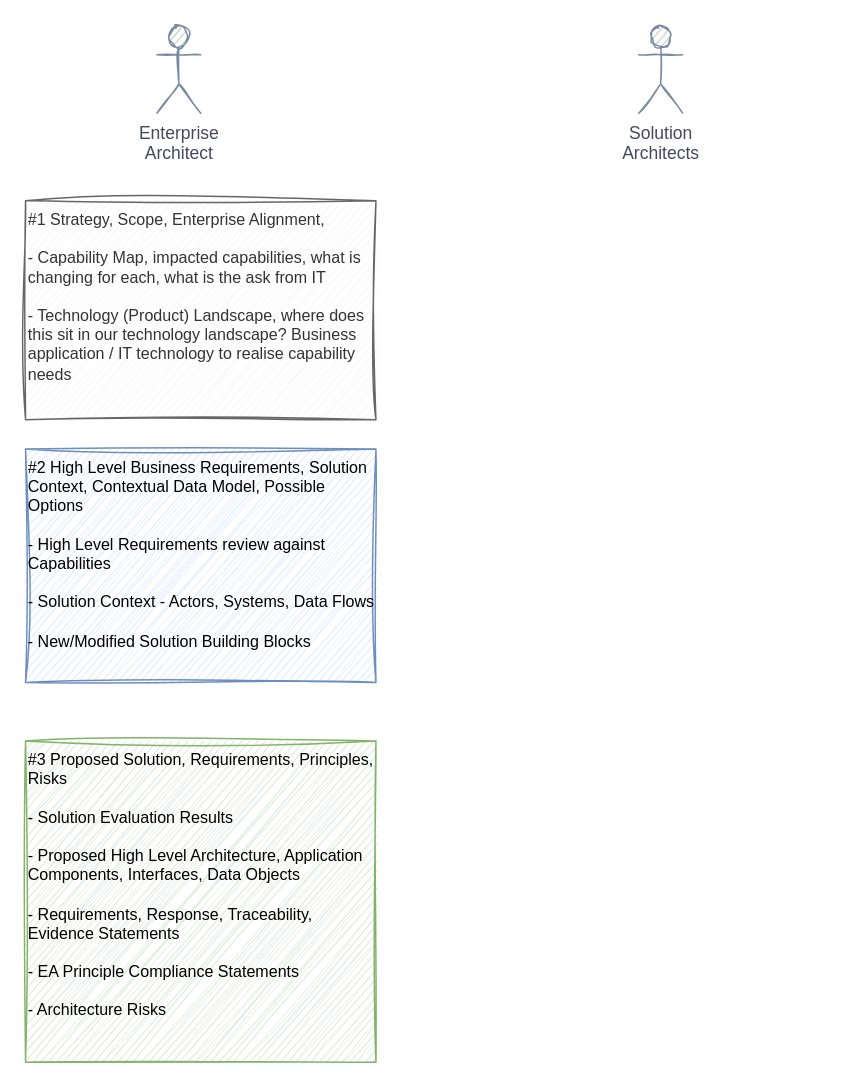
This is page "EA Scenarios" (3 of 3) of TOM Management.drawio from martinlt/reference, a draw.io file, before an edit. Source tidied: cells renumbered, new cells numbered last; positions are measured from the earlier drawing's top-left corner, leaving out a move shared by most shapes. Both pictures are drawn from the tidied source at 146%, with x=0, y=0 at pixel (25, 25).
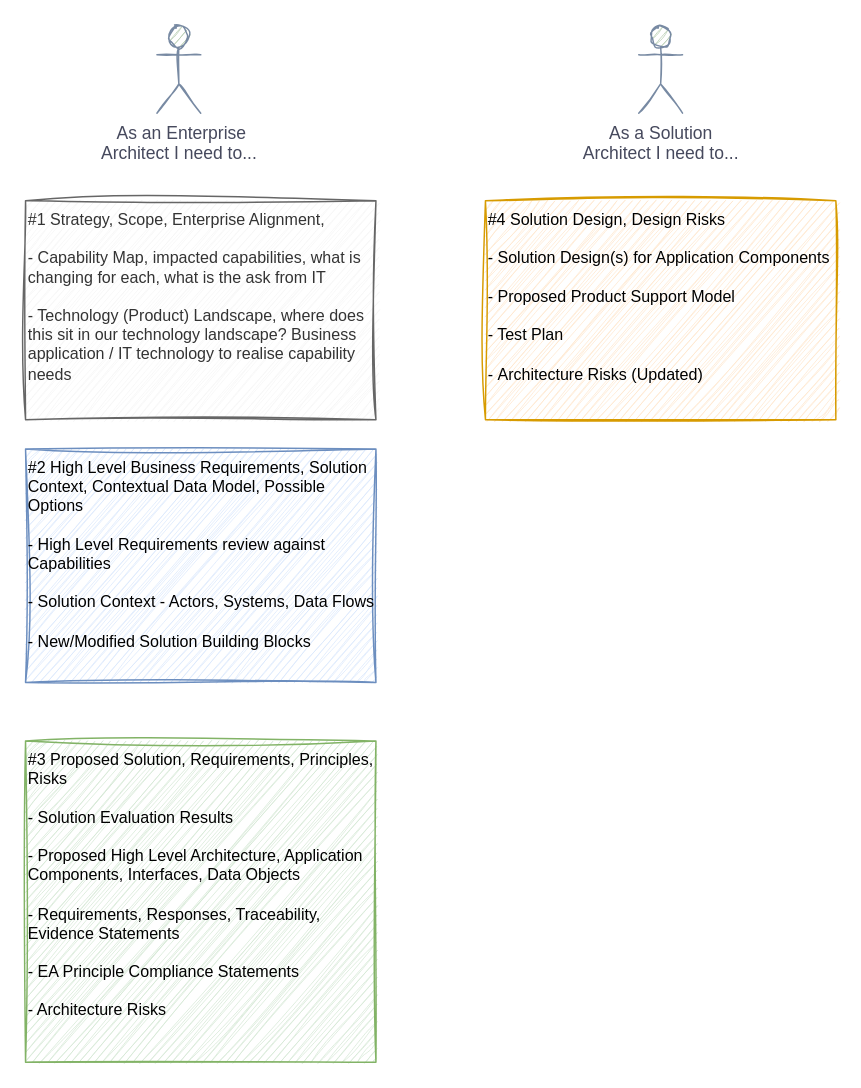
After the change.

What changed in the source:
```diff
@@
 <mxGraphModel>
   <root>
     <mxCell id="0" />
     <mxCell id="1" parent="0" />
     <mxCell id="2" value="#1 Strategy, Scope, Enterprise Alignment,&lt;br style=&quot;font-size: 11px;&quot;&gt;&lt;br style=&quot;font-size: 11px;&quot;&gt;- Capability Map, impacted capabilities, what is changing for each, what is the ask from IT&lt;br style=&quot;font-size: 11px;&quot;&gt;&lt;br style=&quot;font-size: 11px;&quot;&gt;- Technology (Product) Landscape, where does this sit in our technology landscape? Business application / IT technology to realise capability needs&lt;br style=&quot;font-size: 11px;&quot;&gt;" style="text;html=1;strokeColor=#666666;fillColor=#f5f5f5;align=left;verticalAlign=top;whiteSpace=wrap;rounded=0;fontSize=11;fontColor=#333333;sketch=1;curveFitting=1;jiggle=2;" parent="1" vertex="1">
       <mxGeometry y="120" width="240" height="150" as="geometry" />
     </mxCell>
     <mxCell id="3" value="#2 High Level Business Requirements, Solution Context, Contextual Data Model, Possible Options&lt;br style=&quot;font-size: 11px;&quot;&gt;&lt;br style=&quot;font-size: 11px;&quot;&gt;- High Level Requirements review against Capabilities&lt;br style=&quot;font-size: 11px;&quot;&gt;&lt;br style=&quot;font-size: 11px;&quot;&gt;- Solution Context - Actors, Systems, Data Flows&lt;br&gt;&lt;br&gt;- New/Modified Solution Building Blocks" style="text;html=1;strokeColor=#6c8ebf;fillColor=#dae8fc;align=left;verticalAlign=top;whiteSpace=wrap;rounded=0;fontSize=11;sketch=1;curveFitting=1;jiggle=2;" parent="1" vertex="1">
       <mxGeometry y="290" width="240" height="160" as="geometry" />
     </mxCell>
-    <mxCell id="4" value="#3 Proposed Solution, Requirements, Principles, Risks&lt;br style=&quot;font-size: 11px;&quot;&gt;&lt;br&gt;- Solution Evaluation Results&lt;br&gt;&lt;br style=&quot;font-size: 11px;&quot;&gt;- Proposed High Level Architecture, Application Components, Interfaces, Data Objects&lt;br style=&quot;font-size: 11px;&quot;&gt;&lt;br style=&quot;font-size: 11px;&quot;&gt;- Requirements, Response, Traceability, Evidence Statements&lt;br&gt;&lt;br&gt;- EA Principle Compliance Statements&lt;br&gt;&lt;br&gt;- Architecture Risks" style="text;html=1;strokeColor=#82b366;fillColor=#d5e8d4;align=left;verticalAlign=top;whiteSpace=wrap;rounded=0;fontSize=11;sketch=1;curveFitting=1;jiggle=2;" parent="1" vertex="1">
+    <mxCell id="4" value="#3 Proposed Solution, Requirements, Principles, Risks&lt;br style=&quot;font-size: 11px;&quot;&gt;&lt;br&gt;- Solution Evaluation Results&lt;br&gt;&lt;br style=&quot;font-size: 11px;&quot;&gt;- Proposed High Level Architecture, Application Components, Interfaces, Data Objects&lt;br style=&quot;font-size: 11px;&quot;&gt;&lt;br style=&quot;font-size: 11px;&quot;&gt;- Requirements, Responses, Traceability, Evidence Statements&lt;br&gt;&lt;br&gt;- EA Principle Compliance Statements&lt;br&gt;&lt;br&gt;- Architecture Risks" style="text;html=1;strokeColor=#82b366;fillColor=#d5e8d4;align=left;verticalAlign=top;whiteSpace=wrap;rounded=0;fontSize=11;sketch=1;curveFitting=1;jiggle=2;" parent="1" vertex="1">
       <mxGeometry y="490" width="240" height="220" as="geometry" />
     </mxCell>
-    <mxCell id="5" value="Enterprise&lt;br&gt;Architect" style="shape=umlActor;verticalLabelPosition=bottom;verticalAlign=top;html=1;rounded=0;sketch=1;fillColor=#B2C9AB;strokeColor=#788AA3;fontColor=#46495D;" parent="1" vertex="1">
+    <mxCell id="5" value="&amp;nbsp;As an Enterprise&lt;br&gt;Architect I need to..." style="shape=umlActor;verticalLabelPosition=bottom;verticalAlign=top;html=1;rounded=0;sketch=1;fillColor=#B2C9AB;strokeColor=#788AA3;fontColor=#46495D;" parent="1" vertex="1">
       <mxGeometry x="90" width="30" height="60" as="geometry" />
     </mxCell>
-    <mxCell id="6" value="Solution&lt;br&gt;Architects" style="shape=umlActor;verticalLabelPosition=bottom;verticalAlign=top;html=1;rounded=0;sketch=1;fillColor=#B2C9AB;strokeColor=#788AA3;fontColor=#46495D;" parent="1" vertex="1">
+    <mxCell id="6" value="As a Solution&lt;br&gt;Architect I need to..." style="shape=umlActor;verticalLabelPosition=bottom;verticalAlign=top;html=1;rounded=0;sketch=1;fillColor=#B2C9AB;strokeColor=#788AA3;fontColor=#46495D;" parent="1" vertex="1">
       <mxGeometry x="420" width="30" height="60" as="geometry" />
     </mxCell>
+    <mxCell id="7" value="#4 Solution Design, Design Risks&lt;br style=&quot;font-size: 11px;&quot;&gt;&lt;br&gt;- Solution Design(s) for Application Components&lt;br&gt;&lt;br style=&quot;font-size: 11px;&quot;&gt;- Proposed Product Support Model&lt;br style=&quot;font-size: 11px;&quot;&gt;&lt;br style=&quot;font-size: 11px;&quot;&gt;- Test Plan&lt;br&gt;&lt;br&gt;-&amp;nbsp;Architecture Risks (Updated)" style="text;html=1;strokeColor=#d79b00;fillColor=#ffe6cc;align=left;verticalAlign=top;whiteSpace=wrap;rounded=0;fontSize=11;sketch=1;curveFitting=1;jiggle=2;" parent="1" vertex="1">
+      <mxGeometry x="315" y="120" width="240" height="150" as="geometry" />
+    </mxCell>
   </root>
 </mxGraphModel>
```
